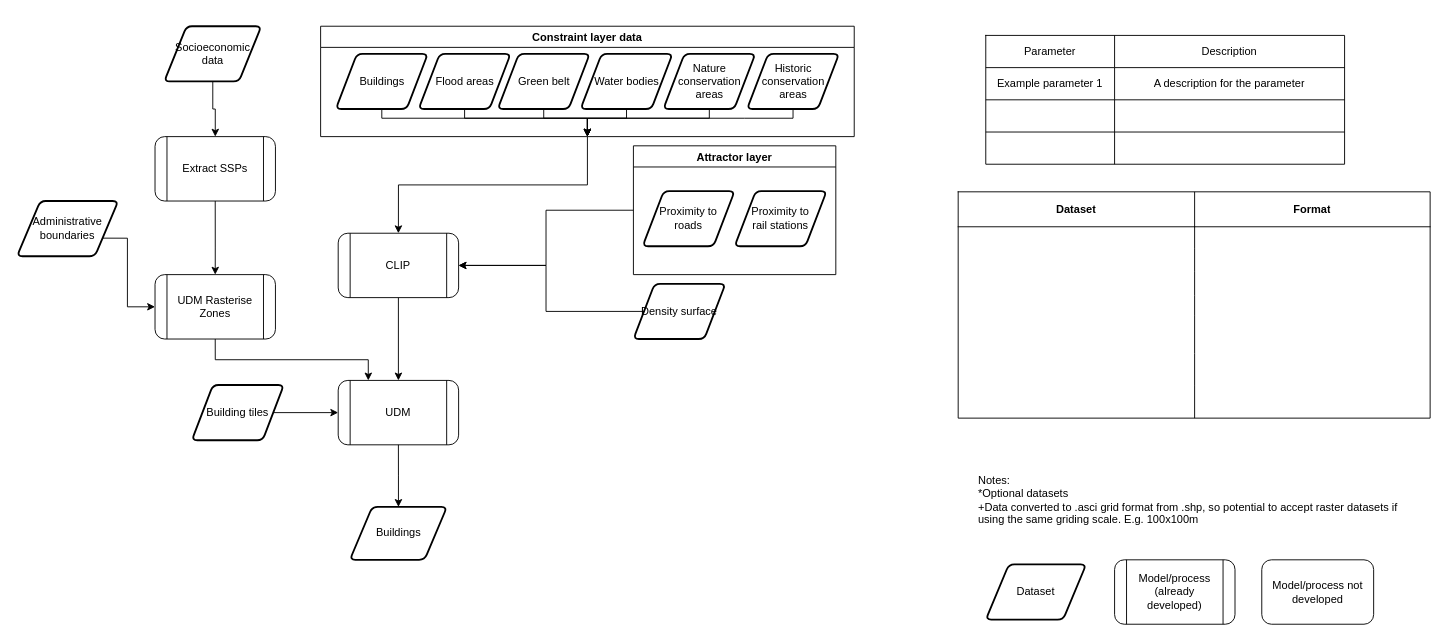
Before: workflows/udm/workflow.drawio in OpenCLIM/workflow-diagrams, a draw.io diagram. Source tidied: cells renumbered, new cells numbered last; positions are measured from the earlier drawing's top-left corner, leaving out a move shared by most shapes. Both pictures are drawn from the tidied source at 92%, with x=0, y=0 at pixel (17, 26).
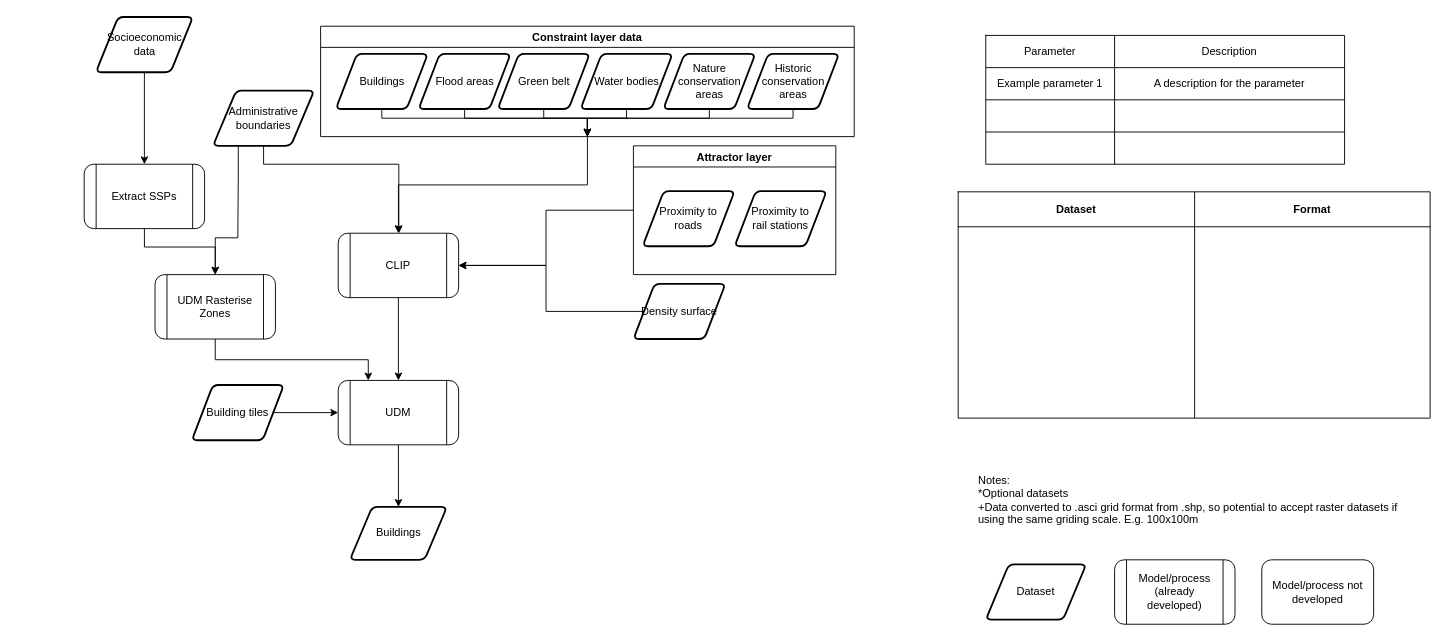
The same diagram, later.

Commit message:
update udm workflow

The change refers to these unchanged cells:
```xml
<mxCell id="67" value="CLIP" style="shape=process;whiteSpace=wrap;html=1;backgroundOutline=1;shadow=0;fontFamily=Helvetica;fontSize=12;fontColor=#000000;align=center;strokeColor=#000000;strokeWidth=1;fillColor=#ffffff;rounded=1;" parent="1" vertex="1">
  <mxGeometry x="349.1" y="225" width="130.9" height="70" as="geometry" />
</mxCell>
<mxCell id="68" value="UDM Rasterise Zones" style="shape=process;whiteSpace=wrap;html=1;backgroundOutline=1;shadow=0;fontFamily=Helvetica;fontSize=12;fontColor=#000000;align=center;strokeColor=#000000;strokeWidth=1;fillColor=#ffffff;rounded=1;" parent="1" vertex="1">
  <mxGeometry x="150" y="270" width="130.9" height="70" as="geometry" />
</mxCell>
```

What changed in the source:
```diff
@@
     <mxCell id="48" value="Socioeconomic data" style="shape=parallelogram;html=1;strokeWidth=2;perimeter=parallelogramPerimeter;whiteSpace=wrap;rounded=1;arcSize=12;size=0.23;" parent="1" vertex="1">
-      <mxGeometry x="160" width="105.5" height="60" as="geometry" />
+      <mxGeometry x="85.7" y="-10" width="105.5" height="60" as="geometry" />
     </mxCell>
@@
     <mxCell id="52" style="edgeStyle=orthogonalEdgeStyle;rounded=0;jettySize=auto;html=1;exitX=0.5;exitY=1;exitDx=0;exitDy=0;entryX=0.5;entryY=0;entryDx=0;entryDy=0;" parent="1" edge="1" source="69" target="68">
       <mxGeometry relative="1" as="geometry">
         <Array as="points">
-          <mxPoint x="215" y="240" />
-          <mxPoint x="215" y="240" />
+          <mxPoint x="138" y="240" />
+          <mxPoint x="216" y="240" />
         </Array>
       </mxGeometry>
     </mxCell>
@@
     <mxCell id="69" value="Extract SSPs" style="shape=process;whiteSpace=wrap;html=1;backgroundOutline=1;shadow=0;fontFamily=Helvetica;fontSize=12;fontColor=#000000;align=center;strokeColor=#000000;strokeWidth=1;fillColor=#ffffff;rounded=1;" parent="1" vertex="1">
-      <mxGeometry x="150" y="120" width="130.9" height="70" as="geometry" />
+      <mxGeometry x="73" y="150" width="130.9" height="70" as="geometry" />
     </mxCell>
@@
+    <mxCell id="80" style="edgeStyle=orthogonalEdgeStyle;rounded=0;jettySize=auto;html=1;exitX=0.5;exitY=1;exitDx=0;exitDy=0;" parent="1" edge="1" source="74" target="67">
+      <mxGeometry relative="1" as="geometry">
+        <Array as="points">
+          <mxPoint x="268" y="150" />
+          <mxPoint x="415" y="150" />
+        </Array>
+      </mxGeometry>
+    </mxCell>
     <mxCell id="74" value="Administrative boundaries" style="shape=parallelogram;html=1;strokeWidth=2;perimeter=parallelogramPerimeter;whiteSpace=wrap;rounded=1;arcSize=12;size=0.23;" parent="1" vertex="1">
-      <mxGeometry y="190" width="110" height="60" as="geometry" />
+      <mxGeometry x="213" y="70" width="110" height="60" as="geometry" />
     </mxCell>
-    <mxCell id="75" style="edgeStyle=orthogonalEdgeStyle;rounded=0;jettySize=auto;html=1;exitX=1;exitY=0.75;exitDx=0;exitDy=0;entryX=0;entryY=0.5;entryDx=0;entryDy=0;" parent="1" edge="1" source="74" target="68">
+    <mxCell id="75" style="edgeStyle=orthogonalEdgeStyle;rounded=0;jettySize=auto;html=1;exitX=0.25;exitY=1;exitDx=0;exitDy=0;entryX=0.5;entryY=0;entryDx=0;entryDy=0;" parent="1" edge="1" source="74" target="68">
       <mxGeometry relative="1" as="geometry">
         <Array as="points">
-          <mxPoint x="120" y="230" />
-          <mxPoint x="120" y="305" />
+          <mxPoint x="240" y="165" />
+          <mxPoint x="240" y="230" />
+          <mxPoint x="216" y="230" />
         </Array>
       </mxGeometry>
     </mxCell>
```
